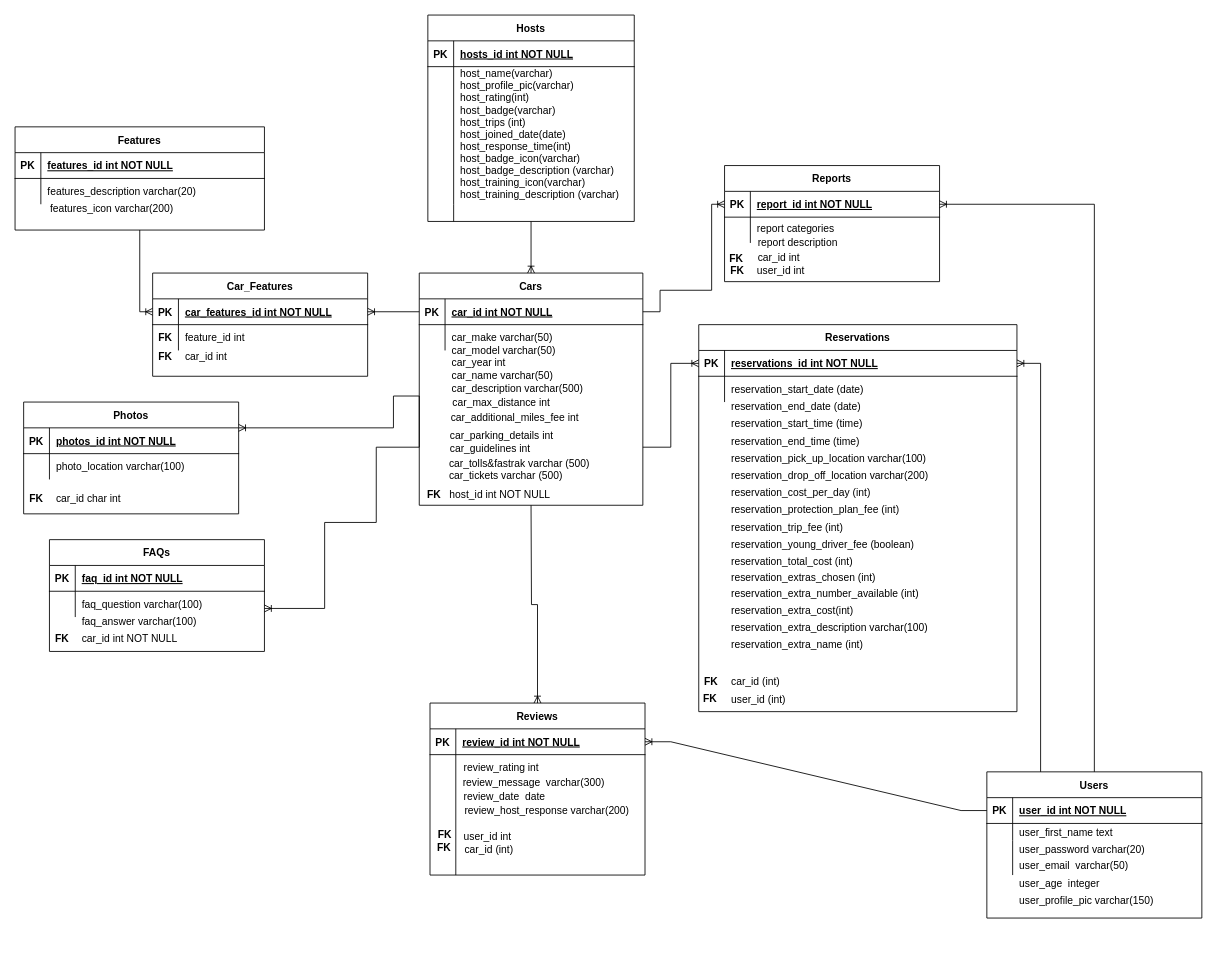
Above: page "ERD" (1 of 2) of Untitled Diagram.drawio in crose275/fec-turo (draw.io), before the change. Source tidied: cells renumbered, new cells numbered last; positions are measured from the earlier drawing's top-left corner, leaving out a move shared by most shapes. Both pictures are drawn from the tidied source at 86%, with x=0, y=0 at pixel (15, 15).
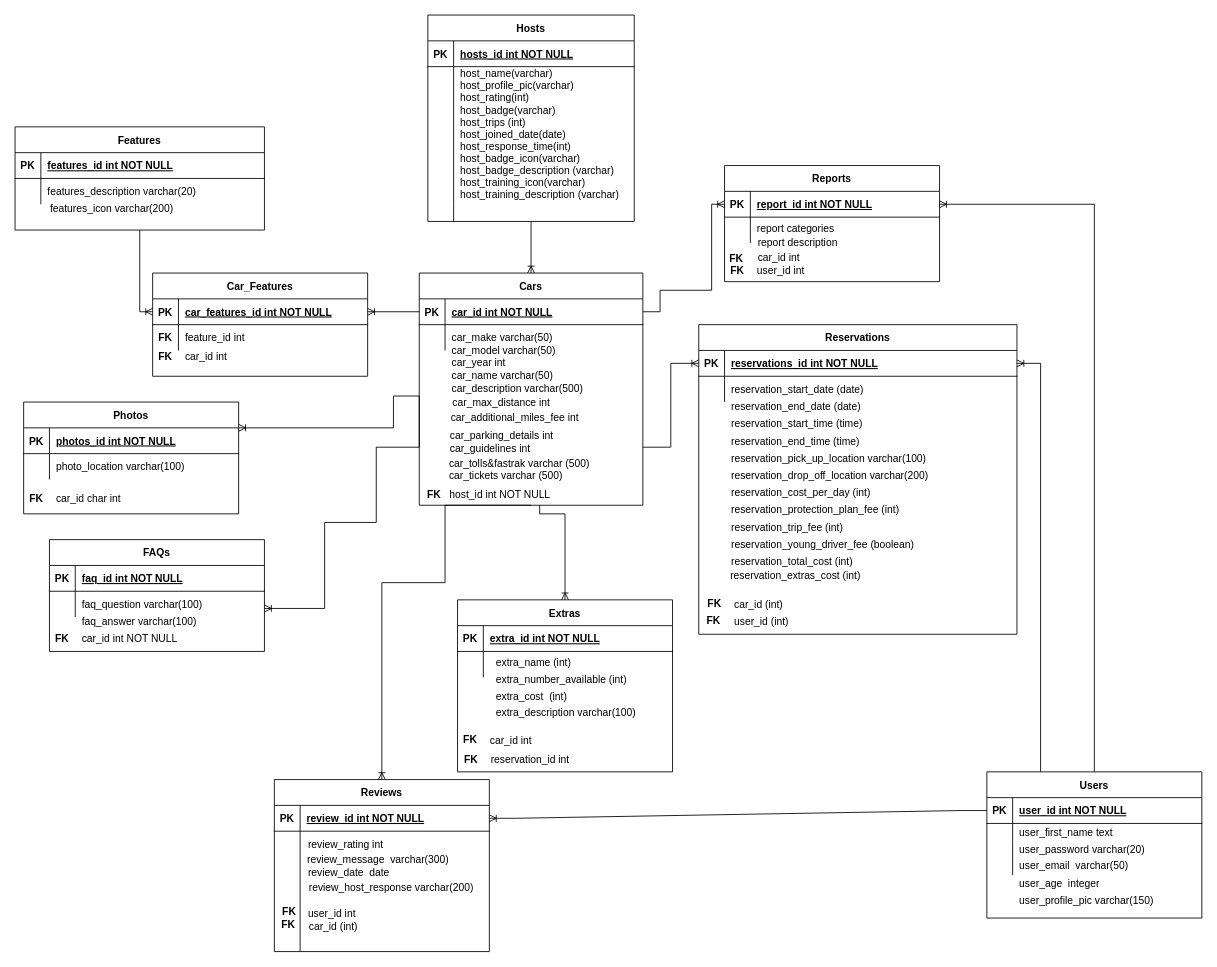
After the change.

The edit, as a diff of the source:
```diff
@@
     <mxCell id="29" value="Reviews" style="shape=table;startSize=30;childLayout=tableLayout;rowLines=0;fontStyle=1;align=center;" parent="1" vertex="1">
-      <mxGeometry x="482.5" y="800" width="250" height="200" as="geometry" />
+      <mxGeometry x="301.5" y="889" width="250" height="200" as="geometry" />
     </mxCell>
@@
     <mxCell id="46" value="Reservations" style="shape=table;startSize=30;childLayout=tableLayout;rowLines=0;fontStyle=1;align=center;" parent="1" vertex="1">
-      <mxGeometry x="795" y="360" width="370" height="450" as="geometry" />
+      <mxGeometry x="795" y="360" width="370" height="360" as="geometry" />
     </mxCell>
@@
     <mxCell id="62" style="edgeStyle=orthogonalEdgeStyle;fontSize=12;html=1;endArrow=ERoneToMany;rounded=0;entryX=0.5;entryY=0;entryDx=0;entryDy=0;" parent="1" edge="1" target="29">
       <mxGeometry relative="1" as="geometry">
         <mxPoint x="600" y="570" as="sourcePoint" />
+        <Array as="points">
+          <mxPoint x="500" y="570" />
+          <mxPoint x="500" y="660" />
+          <mxPoint x="427" y="660" />
+        </Array>
       </mxGeometry>
     </mxCell>
@@
     <mxCell id="103" value="car_id (int)" style="shape=partialRectangle;overflow=hidden;fillColor=none;top=0;left=0;bottom=0;right=0;align=left;spacingLeft=6;" parent="1" vertex="1">
-      <mxGeometry x="825" y="760" width="340" height="30" as="geometry" />
+      <mxGeometry x="828.5" y="670" width="340" height="30" as="geometry" />
     </mxCell>
@@
     <mxCell id="107" value="user_id (int)" style="shape=partialRectangle;overflow=hidden;fillColor=none;top=0;left=0;bottom=0;right=0;align=left;spacingLeft=6;" parent="1" vertex="1">
-      <mxGeometry x="825" y="780" width="340" height="30" as="geometry" />
+      <mxGeometry x="828.5" y="690" width="340" height="30" as="geometry" />
     </mxCell>
@@
     <mxCell id="111" value="&lt;b&gt;FK&lt;/b&gt;" style="text;html=1;align=center;verticalAlign=middle;strokeColor=none;fillColor=none;" parent="1" vertex="1">
-      <mxGeometry x="789" y="760" width="40" height="30" as="geometry" />
+      <mxGeometry x="792.5" y="670" width="40" height="30" as="geometry" />
     </mxCell>
@@
     <mxCell id="113" value="&lt;b&gt;FK&lt;/b&gt;" style="text;html=1;align=center;verticalAlign=middle;strokeColor=none;fillColor=none;" parent="1" vertex="1">
-      <mxGeometry x="788" y="780" width="40" height="30" as="geometry" />
+      <mxGeometry x="791.5" y="690" width="40" height="30" as="geometry" />
     </mxCell>
@@
-    <mxCell id="129" value="reservation_extra_number_available (int)" style="shape=partialRectangle;overflow=hidden;fillColor=none;top=0;left=0;bottom=0;right=0;align=left;spacingLeft=6;" parent="1" vertex="1">
-      <mxGeometry x="825" y="657" width="340" height="30" as="geometry" />
+    <mxCell id="129" value="extra_number_available (int)" style="shape=partialRectangle;overflow=hidden;fillColor=none;top=0;left=0;bottom=0;right=0;align=left;spacingLeft=6;" parent="1" vertex="1">
+      <mxGeometry x="551.5" y="757" width="190.5" height="30" as="geometry" />
     </mxCell>
@@
-    <mxCell id="131" value="reservation_extra_cost(int)" style="shape=partialRectangle;overflow=hidden;fillColor=none;top=0;left=0;bottom=0;right=0;align=left;spacingLeft=6;" parent="1" vertex="1">
-      <mxGeometry x="825" y="677" width="340" height="30" as="geometry" />
+    <mxCell id="131" value="extra_cost  (int)" style="shape=partialRectangle;overflow=hidden;fillColor=none;top=0;left=0;bottom=0;right=0;align=left;spacingLeft=6;" parent="1" vertex="1">
+      <mxGeometry x="551.5" y="776.5" width="190.5" height="30" as="geometry" />
     </mxCell>
@@
-    <mxCell id="133" value="reservation_extra_description varchar(100)" style="shape=partialRectangle;overflow=hidden;fillColor=none;top=0;left=0;bottom=0;right=0;align=left;spacingLeft=6;" parent="1" vertex="1">
-      <mxGeometry x="825" y="697" width="340" height="30" as="geometry" />
+    <mxCell id="133" value="extra_description varchar(100)" style="shape=partialRectangle;overflow=hidden;fillColor=none;top=0;left=0;bottom=0;right=0;align=left;spacingLeft=6;" parent="1" vertex="1">
+      <mxGeometry x="551.5" y="795.5" width="200.5" height="30" as="geometry" />
     </mxCell>
@@
-    <mxCell id="135" value="reservation_extra_name (int) " style="shape=partialRectangle;overflow=hidden;fillColor=none;top=0;left=0;bottom=0;right=0;align=left;spacingLeft=6;" parent="1" vertex="1">
-      <mxGeometry x="825" y="717" width="340" height="30" as="geometry" />
+    <mxCell id="135" value="extra_name (int) " style="shape=partialRectangle;overflow=hidden;fillColor=none;top=0;left=0;bottom=0;right=0;align=left;spacingLeft=6;" parent="1" vertex="1">
+      <mxGeometry x="551.5" y="737" width="190" height="30" as="geometry" />
     </mxCell>
@@
-    <mxCell id="137" value="reservation_extras_chosen (int)" style="shape=partialRectangle;overflow=hidden;fillColor=none;top=0;left=0;bottom=0;right=0;align=left;spacingLeft=6;fontStyle=0;" parent="1" vertex="1">
-      <mxGeometry x="825" y="638" width="340" height="30" as="geometry" />
-    </mxCell>
@@
     <mxCell id="141" value="review_rating int" style="shape=partialRectangle;overflow=hidden;fillColor=none;top=0;left=0;bottom=0;right=0;align=left;spacingLeft=6;" parent="1" vertex="1">
-      <mxGeometry x="514" y="860" width="196" height="30" as="geometry" />
+      <mxGeometry x="333" y="949" width="196" height="30" as="geometry" />
     </mxCell>
@@
     <mxCell id="143" value="review_date  date" style="shape=partialRectangle;overflow=hidden;fillColor=none;top=0;left=0;bottom=0;right=0;align=left;spacingLeft=6;" parent="1" vertex="1">
-      <mxGeometry x="514" y="893" width="206" height="30" as="geometry" />
+      <mxGeometry x="333" y="982" width="206" height="30" as="geometry" />
     </mxCell>
@@
     <mxCell id="145" value="user_id int" style="shape=partialRectangle;overflow=hidden;fillColor=none;top=0;left=0;bottom=0;right=0;align=left;spacingLeft=6;" parent="1" vertex="1">
-      <mxGeometry x="514" y="940" width="206" height="30" as="geometry" />
+      <mxGeometry x="333" y="1029" width="206" height="30" as="geometry" />
     </mxCell>
@@
     <mxCell id="147" value="FK" style="shape=partialRectangle;overflow=hidden;fillColor=none;top=0;left=0;bottom=0;right=0;fontStyle=1;" parent="1" vertex="1">
-      <mxGeometry x="485" y="935" width="30" height="35" as="geometry" />
+      <mxGeometry x="304" y="1024" width="30" height="35" as="geometry" />
     </mxCell>
@@
     <mxCell id="150" value="review_host_response varchar(200)" style="shape=partialRectangle;overflow=hidden;fillColor=none;top=0;left=0;bottom=0;right=0;align=left;spacingLeft=6;" parent="1" vertex="1">
-      <mxGeometry x="515" y="910" width="205" height="30" as="geometry" />
+      <mxGeometry x="334" y="999" width="205" height="30" as="geometry" />
     </mxCell>
@@
     <mxCell id="153" value="FK" style="shape=partialRectangle;overflow=hidden;fillColor=none;top=0;left=0;bottom=0;right=0;fontStyle=1;" parent="1" vertex="1">
-      <mxGeometry x="484" y="950" width="30" height="35" as="geometry" />
+      <mxGeometry x="303" y="1039" width="30" height="35" as="geometry" />
     </mxCell>
     <mxCell id="154" value="car_id (int)" style="shape=partialRectangle;overflow=hidden;fillColor=none;top=0;left=0;bottom=0;right=0;align=left;spacingLeft=6;" parent="1" vertex="1">
-      <mxGeometry x="515" y="955" width="215" height="30" as="geometry" />
+      <mxGeometry x="334" y="1044" width="215" height="30" as="geometry" />
     </mxCell>
@@
     <mxCell id="156" value="review_message  varchar(300)" style="shape=partialRectangle;overflow=hidden;fillColor=none;top=0;left=0;bottom=0;right=0;align=left;spacingLeft=6;" parent="1" vertex="1">
-      <mxGeometry x="513" y="877" width="204" height="30" as="geometry" />
+      <mxGeometry x="332" y="966" width="204" height="30" as="geometry" />
     </mxCell>
+    <mxCell id="157" value="Extras" style="shape=table;startSize=30;childLayout=tableLayout;rowLines=0;fontStyle=1;align=center;" parent="1" vertex="1">
+      <mxGeometry x="514.5" y="680" width="250" height="200" as="geometry" />
+    </mxCell>
+    <mxCell id="158" style="shape=partialRectangle;fillColor=none;top=0;left=0;right=0;bottom=1;" parent="157" vertex="1">
+      <mxGeometry y="30" width="250" height="30" as="geometry" />
+    </mxCell>
+    <mxCell id="159" value="PK" style="shape=partialRectangle;overflow=hidden;fillColor=none;top=0;left=0;bottom=0;right=0;fontStyle=1;" parent="158" vertex="1">
+      <mxGeometry width="30" height="30" as="geometry" />
+    </mxCell>
+    <mxCell id="160" value="extra_id int NOT NULL " style="shape=partialRectangle;overflow=hidden;fillColor=none;top=0;left=0;bottom=0;right=0;align=left;spacingLeft=6;fontStyle=5;" parent="158" vertex="1">
+      <mxGeometry x="30" width="220" height="30" as="geometry" />
+    </mxCell>
+    <mxCell id="161" style="shape=partialRectangle;fillColor=none;top=0;left=0;right=0;bottom=0;" parent="157" vertex="1">
+      <mxGeometry y="60" width="250" height="30" as="geometry" />
+    </mxCell>
+    <mxCell id="162" style="shape=partialRectangle;overflow=hidden;fillColor=none;top=0;left=0;bottom=0;right=0;" parent="161" vertex="1">
+      <mxGeometry width="30" height="30" as="geometry" />
+    </mxCell>
+    <mxCell id="163" style="shape=partialRectangle;overflow=hidden;fillColor=none;top=0;left=0;bottom=0;right=0;align=left;spacingLeft=6;" parent="161" vertex="1">
+      <mxGeometry x="30" width="220" height="30" as="geometry" />
+    </mxCell>
+    <mxCell id="164" value="car_id int " style="shape=partialRectangle;overflow=hidden;fillColor=none;top=0;left=0;bottom=0;right=0;align=left;spacingLeft=6;fontStyle=0;" parent="1" vertex="1">
+      <mxGeometry x="544.5" y="830" width="230" height="26.5" as="geometry" />
+    </mxCell>
+    <mxCell id="165" value="FK" style="shape=partialRectangle;overflow=hidden;fillColor=none;top=0;left=0;bottom=0;right=0;fontStyle=1;" parent="1" vertex="1">
+      <mxGeometry x="514.5" y="826.5" width="30" height="30" as="geometry" />
+    </mxCell>
+    <mxCell id="166" value="reservation_id int " style="shape=partialRectangle;overflow=hidden;fillColor=none;top=0;left=0;bottom=0;right=0;align=left;spacingLeft=6;fontStyle=0;" parent="1" vertex="1">
+      <mxGeometry x="545.5" y="850" width="230" height="30" as="geometry" />
+    </mxCell>
+    <mxCell id="167" value="FK" style="shape=partialRectangle;overflow=hidden;fillColor=none;top=0;left=0;bottom=0;right=0;fontStyle=1;" parent="1" vertex="1">
+      <mxGeometry x="515.5" y="850" width="30" height="30" as="geometry" />
+    </mxCell>
+    <mxCell id="168" style="edgeStyle=orthogonalEdgeStyle;fontSize=12;html=1;endArrow=ERoneToMany;rounded=0;entryX=0.5;entryY=0;entryDx=0;entryDy=0;" parent="1" edge="1" target="157">
+      <mxGeometry relative="1" as="geometry">
+        <mxPoint x="610" y="570" as="sourcePoint" />
+        <Array as="points">
+          <mxPoint x="610" y="580" />
+          <mxPoint x="640" y="580" />
+          <mxPoint x="640" y="680" />
+        </Array>
+      </mxGeometry>
+    </mxCell>
+    <mxCell id="169" value="reservation_extras_cost (int)" style="shape=partialRectangle;overflow=hidden;fillColor=none;top=0;left=0;bottom=0;right=0;align=left;spacingLeft=6;" parent="1" vertex="1">
+      <mxGeometry x="824" y="636" width="340" height="30" as="geometry" />
+    </mxCell>
```
